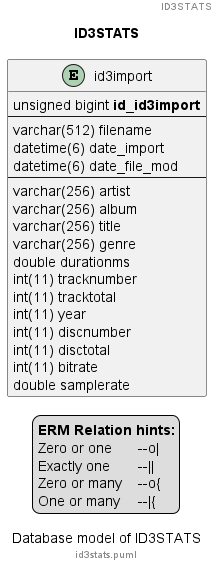
This is images/id3stats.png from ThirtySomething/ID3Stats, a PlantUML export, as it was before one commit.
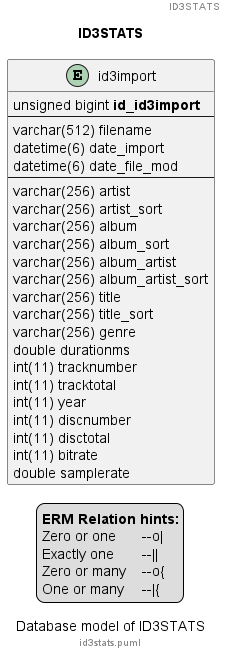
Later version of the same file.

The edit, as a diff of the source:
```diff
@@ -18,8 +18,13 @@
     datetime(6) date_file_mod
     ---
     varchar(256) artist
+    varchar(256) artist_sort
     varchar(256) album
+    varchar(256) album_sort
+    varchar(256) album_artist
+    varchar(256) album_artist_sort
     varchar(256) title
+    varchar(256) title_sort
     varchar(256) genre
     double durationms
     int(11) tracknumber
```
